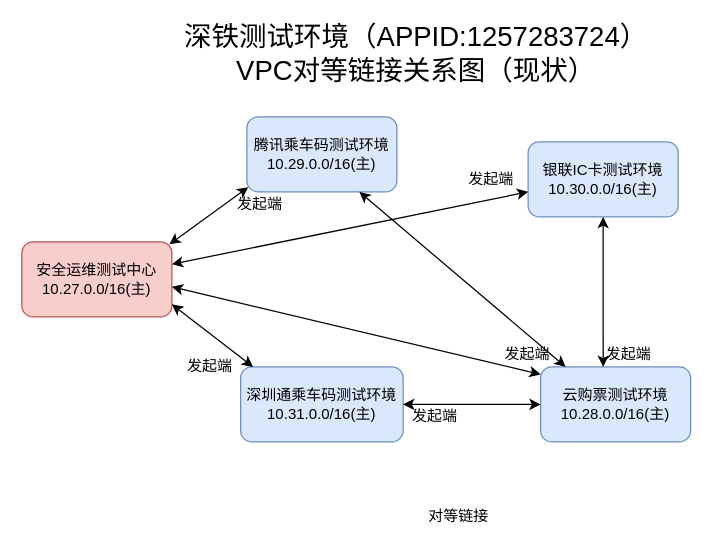
pengzhiyong2018/FlexGW keeps this draw.io diagram as website/static/Untitled Diagram.drawio. Above is the earlier version. Source tidied: cells renumbered, new cells numbered last; positions are measured from the earlier drawing's top-left corner, leaving out a move shared by most shapes. Both pictures are drawn from the tidied source at 125%, with x=0, y=0 at pixel (21, 29).
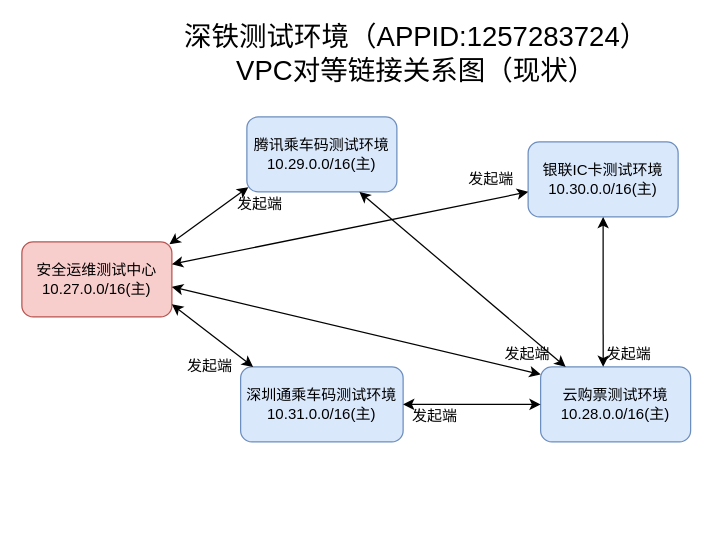
After the change.

Change to the diagram source:
```diff
@@
-    <mxCell id="8" value="对等链接" style="text;html=1;align=center;verticalAlign=middle;strokeColor=none;fillColor=none;fontSize=12;" parent="1" vertex="1">
-      <mxGeometry x="319" y="380" width="60" height="20" as="geometry" />
-    </mxCell>
```
